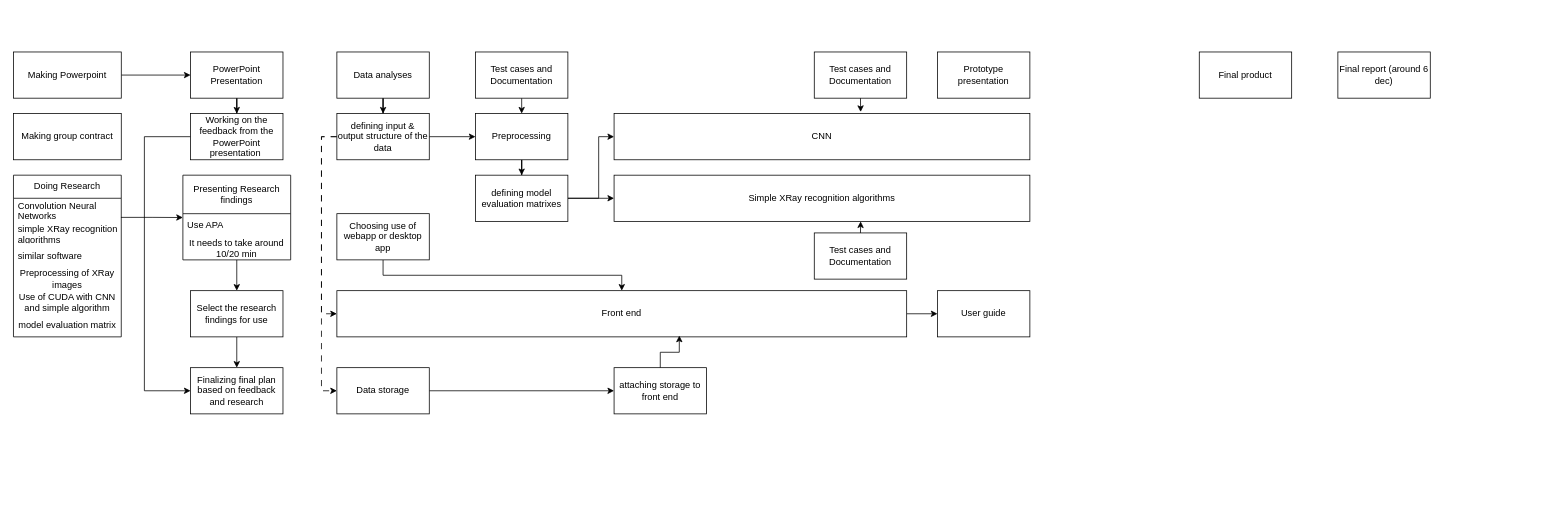
DBerkey/Smart_X-Ray_Screening keeps this draw.io diagram as Roadmap.drawio. Above is the earlier version. Source tidied: cells renumbered, new cells numbered last; positions are measured from the earlier drawing's top-left corner, leaving out a move shared by most shapes. Both pictures are drawn from the tidied source at 77%, with x=0, y=0 at pixel (13, 52).
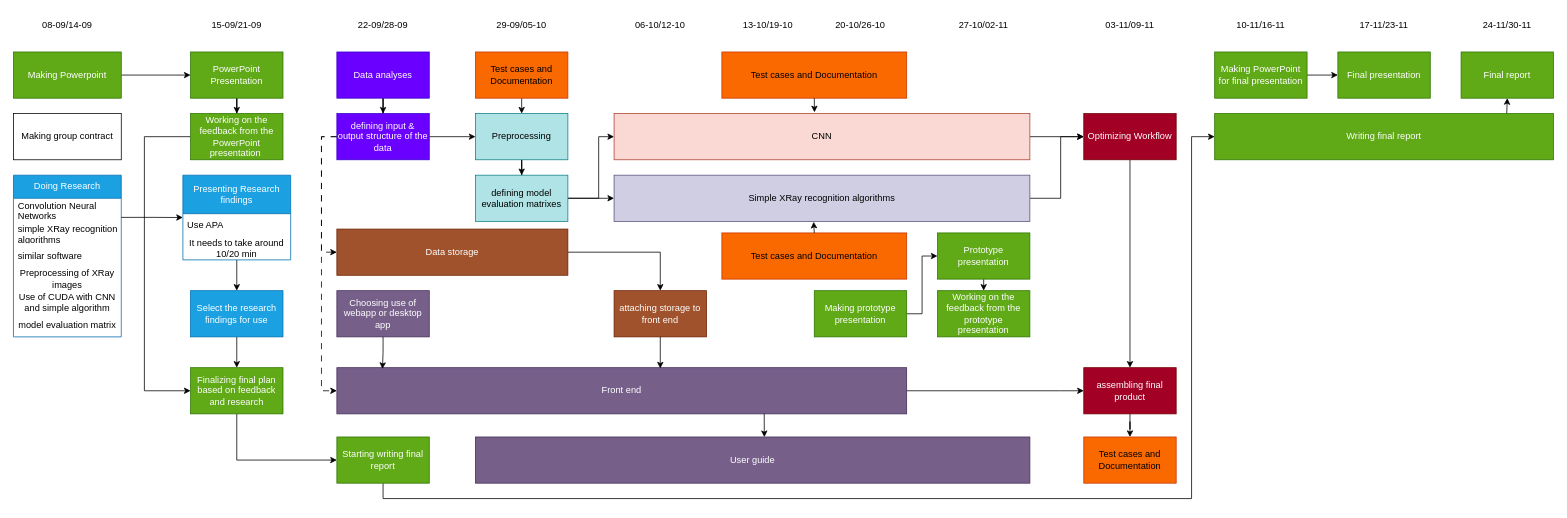
After the change.

Change to the diagram source:
```diff
@@
-    <mxCell id="3" value="Making Powerpoint" style="rounded=0;whiteSpace=wrap;html=1;" parent="1" vertex="1">
+    <mxCell id="3" value="Making Powerpoint" style="rounded=0;whiteSpace=wrap;html=1;fillColor=#60a917;fontColor=#ffffff;strokeColor=#2D7600;" parent="1" vertex="1">
       <mxGeometry width="140" height="60" as="geometry" />
     </mxCell>
@@
-    <mxCell id="6" value="Doing Research" style="swimlane;fontStyle=0;horizontal=1;startSize=30;whiteSpace=wrap;html=1;" parent="1" vertex="1">
+    <mxCell id="6" value="Doing Research" style="swimlane;fontStyle=0;horizontal=1;startSize=30;whiteSpace=wrap;html=1;fillColor=#1ba1e2;fontColor=#ffffff;strokeColor=#006EAF;" parent="1" vertex="1">
       <mxGeometry y="160" width="140" height="210" as="geometry" />
     </mxCell>
@@
-    <mxCell id="14" value="PowerPoint Presentation" style="whiteSpace=wrap;html=1;rounded=0;" parent="1" vertex="1">
+    <mxCell id="14" value="PowerPoint Presentation" style="whiteSpace=wrap;html=1;rounded=0;fillColor=#60a917;fontColor=#ffffff;strokeColor=#2D7600;" parent="1" vertex="1">
       <mxGeometry x="230" width="120" height="60" as="geometry" />
     </mxCell>
@@
-    <mxCell id="16" value="Working on the feedback from the PowerPoint presentation&amp;nbsp;" style="whiteSpace=wrap;html=1;rounded=0;" parent="1" vertex="1">
+    <mxCell id="16" value="Working on the feedback from the PowerPoint presentation&amp;nbsp;" style="whiteSpace=wrap;html=1;rounded=0;fillColor=#60a917;fontColor=#ffffff;strokeColor=#2D7600;" parent="1" vertex="1">
       <mxGeometry x="230" y="80" width="120" height="60" as="geometry" />
     </mxCell>
@@
-    <mxCell id="18" value="Presenting Research findings" style="swimlane;fontStyle=0;horizontal=1;startSize=50;whiteSpace=wrap;html=1;" parent="1" vertex="1">
+    <mxCell id="18" value="Presenting Research findings" style="swimlane;fontStyle=0;horizontal=1;startSize=50;whiteSpace=wrap;html=1;fillColor=#1ba1e2;fontColor=#ffffff;strokeColor=#006EAF;" parent="1" vertex="1">
       <mxGeometry x="220" y="160" width="140" height="110" as="geometry" />
     </mxCell>
@@
-    <mxCell id="22" value="Select the research findings for use" style="whiteSpace=wrap;html=1;fontStyle=0;startSize=50;horizontal=1;" parent="1" vertex="1">
+    <mxCell id="22" value="Select the research findings for use" style="whiteSpace=wrap;html=1;fontStyle=0;startSize=50;horizontal=1;fillColor=#1ba1e2;fontColor=#ffffff;strokeColor=#006EAF;" parent="1" vertex="1">
       <mxGeometry x="230" y="310" width="120" height="60" as="geometry" />
     </mxCell>
+    <mxCell id="55" style="edgeStyle=orthogonalEdgeStyle;rounded=0;jettySize=auto;html=1;exitX=0.5;exitY=1;exitDx=0;exitDy=0;entryX=0;entryY=0.5;entryDx=0;entryDy=0;" parent="1" edge="1" source="23" target="74">
+      <mxGeometry relative="1" as="geometry" />
+    </mxCell>
-    <mxCell id="23" value="Finalizing final plan based on feedback and research" style="whiteSpace=wrap;html=1;fontStyle=0;startSize=50;horizontal=1;" parent="1" vertex="1">
+    <mxCell id="23" value="Finalizing final plan based on feedback and research" style="whiteSpace=wrap;html=1;fontStyle=0;startSize=50;horizontal=1;fillColor=#60a917;fontColor=#ffffff;strokeColor=#2D7600;" parent="1" vertex="1">
       <mxGeometry x="230" y="410" width="120" height="60" as="geometry" />
     </mxCell>
@@
-    <mxCell id="25" value="Data analyses" style="rounded=0;whiteSpace=wrap;html=1;" parent="1" vertex="1">
+    <mxCell id="25" value="Data analyses" style="rounded=0;whiteSpace=wrap;html=1;fillColor=#6a00ff;fontColor=#ffffff;strokeColor=#3700CC;" parent="1" vertex="1">
       <mxGeometry x="420" width="120" height="60" as="geometry" />
     </mxCell>
@@
-    <mxCell id="29" value="defining input &amp;amp; output structure of the data" style="whiteSpace=wrap;html=1;rounded=0;" parent="1" vertex="1">
+    <mxCell id="29" value="defining input &amp;amp; output structure of the data" style="whiteSpace=wrap;html=1;rounded=0;fillColor=#6a00ff;fontColor=#ffffff;strokeColor=#3700CC;" parent="1" vertex="1">
       <mxGeometry x="420" y="80" width="120" height="60" as="geometry" />
     </mxCell>
@@
-    <mxCell id="31" value="Preprocessing" style="whiteSpace=wrap;html=1;rounded=0;" parent="1" vertex="1">
+    <mxCell id="31" value="Preprocessing" style="whiteSpace=wrap;html=1;rounded=0;fillColor=#b0e3e6;strokeColor=#0e8088;" parent="1" vertex="1">
       <mxGeometry x="600" y="80" width="120" height="60" as="geometry" />
     </mxCell>
-    <mxCell id="32" style="edgeStyle=orthogonalEdgeStyle;rounded=0;jettySize=auto;html=1;" parent="1" edge="1" source="33" target="35">
-      <mxGeometry relative="1" as="geometry" />
-    </mxCell>
-    <mxCell id="33" value="Choosing use of webapp or desktop app" style="rounded=0;whiteSpace=wrap;html=1;" parent="1" vertex="1">
-      <mxGeometry x="420" y="210" width="120" height="60" as="geometry" />
+    <mxCell id="33" value="Choosing use of webapp or desktop app" style="rounded=0;whiteSpace=wrap;html=1;fillColor=#76608a;fontColor=#ffffff;strokeColor=#432D57;" parent="1" vertex="1">
+      <mxGeometry x="420" y="310" width="120" height="60" as="geometry" />
     </mxCell>
-    <mxCell id="34" style="edgeStyle=orthogonalEdgeStyle;rounded=0;jettySize=auto;html=1;" parent="1" edge="1" source="35" target="39">
-      <mxGeometry relative="1" as="geometry" />
-    </mxCell>
+    <mxCell id="56" style="edgeStyle=orthogonalEdgeStyle;rounded=0;jettySize=auto;html=1;exitX=1;exitY=0.5;exitDx=0;exitDy=0;entryX=0;entryY=0.5;entryDx=0;entryDy=0;" parent="1" edge="1" source="35" target="53">
+      <mxGeometry relative="1" as="geometry">
+        <Array as="points">
+          <mxPoint x="1360" y="440" />
+          <mxPoint x="1360" y="440" />
+        </Array>
+      </mxGeometry>
+    </mxCell>
-    <mxCell id="35" value="Front end" style="whiteSpace=wrap;html=1;rounded=0;" parent="1" vertex="1">
-      <mxGeometry x="420" y="310" width="740" height="60" as="geometry" />
+    <mxCell id="35" value="Front end" style="whiteSpace=wrap;html=1;rounded=0;fillColor=#76608a;fontColor=#ffffff;strokeColor=#432D57;" parent="1" vertex="1">
+      <mxGeometry x="420" y="410" width="740" height="60" as="geometry" />
     </mxCell>
@@
-    <mxCell id="37" value="Data storage" style="rounded=0;whiteSpace=wrap;html=1;" parent="1" vertex="1">
-      <mxGeometry x="420" y="410" width="120" height="60" as="geometry" />
+    <mxCell id="37" value="Data storage" style="rounded=0;whiteSpace=wrap;html=1;fillColor=#a0522d;fontColor=#ffffff;strokeColor=#6D1F00;" parent="1" vertex="1">
+      <mxGeometry x="420" y="230" width="300" height="60" as="geometry" />
     </mxCell>
-    <mxCell id="38" value="Final report (around 6 dec)" style="rounded=0;whiteSpace=wrap;html=1;" parent="1" vertex="1">
-      <mxGeometry x="1720" width="120" height="60" as="geometry" />
+    <mxCell id="38" value="Final report" style="rounded=0;whiteSpace=wrap;html=1;fillColor=#60a917;fontColor=#ffffff;strokeColor=#2D7600;" parent="1" vertex="1">
+      <mxGeometry x="1880" width="120" height="60" as="geometry" />
     </mxCell>
-    <mxCell id="39" value="User guide" style="whiteSpace=wrap;html=1;rounded=0;" parent="1" vertex="1">
-      <mxGeometry x="1200" y="310" width="120" height="60" as="geometry" />
+    <mxCell id="39" value="User guide" style="whiteSpace=wrap;html=1;rounded=0;fillColor=#76608a;fontColor=#ffffff;strokeColor=#432D57;" parent="1" vertex="1">
+      <mxGeometry x="600" y="500" width="720" height="60" as="geometry" />
     </mxCell>
@@
-    <mxCell id="42" value="defining model evaluation matrixes" style="whiteSpace=wrap;html=1;rounded=0;" parent="1" vertex="1">
+    <mxCell id="42" value="defining model evaluation matrixes" style="whiteSpace=wrap;html=1;rounded=0;fillColor=#b0e3e6;strokeColor=#0e8088;" parent="1" vertex="1">
       <mxGeometry x="600" y="160" width="120" height="60" as="geometry" />
     </mxCell>
-    <mxCell id="43" value="attaching storage to front end" style="whiteSpace=wrap;html=1;rounded=0;" parent="1" vertex="1">
-      <mxGeometry x="780" y="410" width="120" height="60" as="geometry" />
+    <mxCell id="43" value="attaching storage to front end" style="whiteSpace=wrap;html=1;rounded=0;fillColor=#a0522d;fontColor=#ffffff;strokeColor=#6D1F00;" parent="1" vertex="1">
+      <mxGeometry x="780" y="310" width="120" height="60" as="geometry" />
     </mxCell>
-    <mxCell id="44" style="edgeStyle=orthogonalEdgeStyle;rounded=0;jettySize=auto;html=1;exitX=0.5;exitY=0;exitDx=0;exitDy=0;entryX=0.601;entryY=0.973;entryDx=0;entryDy=0;entryPerimeter=0;" parent="1" edge="1" source="43" target="35">
-      <mxGeometry relative="1" as="geometry" />
-    </mxCell>
+    <mxCell id="57" style="edgeStyle=orthogonalEdgeStyle;rounded=0;jettySize=auto;html=1;exitX=1;exitY=0.5;exitDx=0;exitDy=0;entryX=0;entryY=0.5;entryDx=0;entryDy=0;" parent="1" edge="1" source="45" target="63">
+      <mxGeometry relative="1" as="geometry" />
+    </mxCell>
-    <mxCell id="45" value="CNN" style="whiteSpace=wrap;html=1;rounded=0;" parent="1" vertex="1">
+    <mxCell id="45" value="CNN" style="whiteSpace=wrap;html=1;rounded=0;fillColor=#fad9d5;strokeColor=#ae4132;" parent="1" vertex="1">
       <mxGeometry x="780" y="80" width="540" height="60" as="geometry" />
     </mxCell>
+    <mxCell id="58" style="edgeStyle=orthogonalEdgeStyle;rounded=0;jettySize=auto;html=1;exitX=1;exitY=0.5;exitDx=0;exitDy=0;entryX=0;entryY=0.5;entryDx=0;entryDy=0;" parent="1" edge="1" source="46" target="63">
+      <mxGeometry relative="1" as="geometry">
+        <Array as="points">
+          <mxPoint x="1360" y="190" />
+          <mxPoint x="1360" y="110" />
+        </Array>
+      </mxGeometry>
+    </mxCell>
-    <mxCell id="46" value="Simple XRay recognition algorithms" style="whiteSpace=wrap;html=1;rounded=0;" parent="1" vertex="1">
+    <mxCell id="46" value="Simple XRay recognition algorithms" style="whiteSpace=wrap;html=1;rounded=0;fillColor=#d0cee2;strokeColor=#56517e;" parent="1" vertex="1">
       <mxGeometry x="780" y="160" width="540" height="60" as="geometry" />
     </mxCell>
@@
-    <mxCell id="48" value="Test cases and Documentation" style="rounded=0;whiteSpace=wrap;html=1;" parent="1" vertex="1">
+    <mxCell id="48" value="Test cases and Documentation" style="rounded=0;whiteSpace=wrap;html=1;fillColor=#fa6800;fontColor=#000000;strokeColor=#C73500;" parent="1" vertex="1">
       <mxGeometry x="600" width="120" height="60" as="geometry" />
     </mxCell>
-    <mxCell id="49" value="Test cases and Documentation" style="rounded=0;whiteSpace=wrap;html=1;" parent="1" vertex="1">
-      <mxGeometry x="1040" width="120" height="60" as="geometry" />
+    <mxCell id="49" value="Test cases and Documentation" style="rounded=0;whiteSpace=wrap;html=1;fillColor=#fa6800;fontColor=#000000;strokeColor=#C73500;" parent="1" vertex="1">
+      <mxGeometry x="920" width="240" height="60" as="geometry" />
     </mxCell>
-    <mxCell id="50" value="Test cases and Documentation" style="rounded=0;whiteSpace=wrap;html=1;" parent="1" vertex="1">
-      <mxGeometry x="1040" y="235" width="120" height="60" as="geometry" />
+    <mxCell id="50" value="Test cases and Documentation" style="rounded=0;whiteSpace=wrap;html=1;fillColor=#fa6800;fontColor=#000000;strokeColor=#C73500;" parent="1" vertex="1">
+      <mxGeometry x="920" y="235" width="240" height="60" as="geometry" />
     </mxCell>
+    <mxCell id="59" style="edgeStyle=orthogonalEdgeStyle;rounded=0;jettySize=auto;html=1;exitX=0.5;exitY=1;exitDx=0;exitDy=0;" parent="1" edge="1" source="53" target="72">
+      <mxGeometry relative="1" as="geometry" />
+    </mxCell>
+    <mxCell id="53" value="assembling final product" style="rounded=0;whiteSpace=wrap;html=1;fillColor=#a20025;fontColor=#ffffff;strokeColor=#6F0000;" parent="1" vertex="1">
+      <mxGeometry x="1390" y="410" width="120" height="60" as="geometry" />
+    </mxCell>
+    <mxCell id="60" style="edgeStyle=orthogonalEdgeStyle;rounded=0;jettySize=auto;html=1;exitX=0.5;exitY=1;exitDx=0;exitDy=0;entryX=0.5;entryY=0;entryDx=0;entryDy=0;" parent="1" edge="1" source="54" target="61">
+      <mxGeometry relative="1" as="geometry" />
+    </mxCell>
+    <mxCell id="54" value="Prototype presentation" style="rounded=0;whiteSpace=wrap;html=1;fillColor=#60a917;fontColor=#ffffff;strokeColor=#2D7600;" parent="1" vertex="1">
+      <mxGeometry x="1200" y="235" width="120" height="60" as="geometry" />
+    </mxCell>
+    <mxCell id="61" value="Working on the feedback from the prototype presentation" style="rounded=0;whiteSpace=wrap;html=1;fillColor=#60a917;fontColor=#ffffff;strokeColor=#2D7600;" parent="1" vertex="1">
+      <mxGeometry x="1200" y="310" width="120" height="60" as="geometry" />
+    </mxCell>
+    <mxCell id="62" style="edgeStyle=orthogonalEdgeStyle;rounded=0;jettySize=auto;html=1;exitX=0.5;exitY=1;exitDx=0;exitDy=0;entryX=0.5;entryY=0;entryDx=0;entryDy=0;" parent="1" edge="1" source="63" target="53">
+      <mxGeometry relative="1" as="geometry" />
+    </mxCell>
+    <mxCell id="63" value="Optimizing Workflow" style="rounded=0;whiteSpace=wrap;html=1;fillColor=#a20025;strokeColor=#6F0000;fontColor=#ffffff;" parent="1" vertex="1">
+      <mxGeometry x="1390" y="80" width="120" height="60" as="geometry" />
+    </mxCell>
+    <mxCell id="64" style="edgeStyle=orthogonalEdgeStyle;rounded=0;jettySize=auto;html=1;exitX=0.862;exitY=0.011;exitDx=0;exitDy=0;entryX=0.5;entryY=1;entryDx=0;entryDy=0;exitPerimeter=0;" parent="1" edge="1" source="65" target="38">
+      <mxGeometry relative="1" as="geometry">
+        <Array as="points">
+          <mxPoint x="1940" y="81" />
+        </Array>
+      </mxGeometry>
+    </mxCell>
+    <mxCell id="65" value="Writing final report" style="rounded=0;whiteSpace=wrap;html=1;fillColor=#60a917;fontColor=#ffffff;strokeColor=#2D7600;" parent="1" vertex="1">
+      <mxGeometry x="1560" y="80" width="440" height="60" as="geometry" />
+    </mxCell>
+    <mxCell id="66" value="Final presentation" style="rounded=0;whiteSpace=wrap;html=1;fillColor=#60a917;fontColor=#ffffff;strokeColor=#2D7600;" parent="1" vertex="1">
+      <mxGeometry x="1720" width="120" height="60" as="geometry" />
+    </mxCell>
+    <mxCell id="67" style="edgeStyle=orthogonalEdgeStyle;rounded=0;jettySize=auto;html=1;exitX=1;exitY=0.5;exitDx=0;exitDy=0;entryX=0;entryY=0.5;entryDx=0;entryDy=0;" parent="1" edge="1" source="68" target="66">
+      <mxGeometry relative="1" as="geometry" />
+    </mxCell>
+    <mxCell id="68" value="Making PowerPoint for final presentation" style="rounded=0;whiteSpace=wrap;html=1;fillColor=#60a917;fontColor=#ffffff;strokeColor=#2D7600;" parent="1" vertex="1">
+      <mxGeometry x="1560" width="120" height="60" as="geometry" />
+    </mxCell>
+    <mxCell id="69" style="edgeStyle=orthogonalEdgeStyle;rounded=0;jettySize=auto;html=1;exitX=0.5;exitY=1;exitDx=0;exitDy=0;" parent="1" edge="1" source="43">
+      <mxGeometry relative="1" as="geometry">
+        <mxPoint x="840" y="411" as="targetPoint" />
+        <Array as="points">
+          <mxPoint x="840" y="411" />
+        </Array>
+      </mxGeometry>
+    </mxCell>
+    <mxCell id="32" style="edgeStyle=orthogonalEdgeStyle;rounded=0;jettySize=auto;html=1;exitX=0.5;exitY=1;exitDx=0;exitDy=0;entryX=0.08;entryY=0.028;entryDx=0;entryDy=0;entryPerimeter=0;" parent="1" edge="1" source="33" target="35">
+      <mxGeometry relative="1" as="geometry" />
+    </mxCell>
+    <mxCell id="70" style="edgeStyle=orthogonalEdgeStyle;rounded=0;jettySize=auto;html=1;exitX=1;exitY=0.5;exitDx=0;exitDy=0;entryX=0;entryY=0.5;entryDx=0;entryDy=0;" parent="1" edge="1" source="71" target="54">
+      <mxGeometry relative="1" as="geometry" />
+    </mxCell>
+    <mxCell id="71" value="Making prototype presentation" style="rounded=0;whiteSpace=wrap;html=1;fillColor=#60a917;fontColor=#ffffff;strokeColor=#2D7600;" parent="1" vertex="1">
+      <mxGeometry x="1040" y="310" width="120" height="60" as="geometry" />
+    </mxCell>
-    <mxCell id="51" style="edgeStyle=orthogonalEdgeStyle;rounded=0;jettySize=auto;html=1;exitX=0.5;exitY=0;exitDx=0;exitDy=0;entryX=0.593;entryY=1;entryDx=0;entryDy=0;entryPerimeter=0;" parent="1" edge="1" source="50" target="46">
+    <mxCell id="51" style="edgeStyle=orthogonalEdgeStyle;rounded=0;jettySize=auto;html=1;exitX=0.5;exitY=0;exitDx=0;exitDy=0;entryX=0.48;entryY=1.009;entryDx=0;entryDy=0;entryPerimeter=0;" parent="1" edge="1" source="50" target="46">
       <mxGeometry relative="1" as="geometry" />
     </mxCell>
-    <mxCell id="52" style="edgeStyle=orthogonalEdgeStyle;rounded=0;jettySize=auto;html=1;exitX=0.5;exitY=1;exitDx=0;exitDy=0;entryX=0.593;entryY=-0.035;entryDx=0;entryDy=0;entryPerimeter=0;" parent="1" edge="1" source="49" target="45">
+    <mxCell id="52" style="edgeStyle=orthogonalEdgeStyle;rounded=0;jettySize=auto;html=1;exitX=0.5;exitY=1;exitDx=0;exitDy=0;entryX=0.482;entryY=-0.028;entryDx=0;entryDy=0;entryPerimeter=0;" parent="1" edge="1" source="49" target="45">
       <mxGeometry relative="1" as="geometry" />
     </mxCell>
-    <mxCell id="53" value="Final product" style="rounded=0;whiteSpace=wrap;html=1;" parent="1" vertex="1">
-      <mxGeometry x="1540" width="120" height="60" as="geometry" />
-    </mxCell>
-    <mxCell id="54" value="Prototype presentation" style="rounded=0;whiteSpace=wrap;html=1;" parent="1" vertex="1">
-      <mxGeometry x="1200" width="120" height="60" as="geometry" />
-    </mxCell>
+    <mxCell id="34" style="edgeStyle=orthogonalEdgeStyle;rounded=0;jettySize=auto;html=1;exitX=0.75;exitY=1;exitDx=0;exitDy=0;entryX=0.521;entryY=0.003;entryDx=0;entryDy=0;entryPerimeter=0;" parent="1" edge="1" source="35" target="39">
+      <mxGeometry relative="1" as="geometry" />
+    </mxCell>
+    <mxCell id="72" value="Test cases and Documentation" style="rounded=0;whiteSpace=wrap;html=1;fillColor=#fa6800;fontColor=#000000;strokeColor=#C73500;" parent="1" vertex="1">
+      <mxGeometry x="1390" y="500" width="120" height="60" as="geometry" />
+    </mxCell>
+    <mxCell id="73" style="edgeStyle=orthogonalEdgeStyle;rounded=0;jettySize=auto;html=1;exitX=0.5;exitY=1;exitDx=0;exitDy=0;entryX=0;entryY=0.5;entryDx=0;entryDy=0;" parent="1" edge="1" source="74" target="65">
+      <mxGeometry relative="1" as="geometry">
+        <Array as="points">
+          <mxPoint x="480" y="580" />
+          <mxPoint x="1530" y="580" />
+          <mxPoint x="1530" y="110" />
+        </Array>
+      </mxGeometry>
+    </mxCell>
+    <mxCell id="74" value="Starting writing final report" style="rounded=0;whiteSpace=wrap;html=1;fillColor=#60a917;fontColor=#ffffff;strokeColor=#2D7600;" parent="1" vertex="1">
+      <mxGeometry x="420" y="500" width="120" height="60" as="geometry" />
+    </mxCell>
+    <mxCell id="75" value="08-09/14-09" style="text;html=1;align=center;verticalAlign=middle;whiteSpace=wrap;rounded=0;" parent="1" vertex="1">
+      <mxGeometry y="-50" width="140" height="30" as="geometry" />
+    </mxCell>
+    <mxCell id="76" value="15-09/21-09" style="text;html=1;align=center;verticalAlign=middle;whiteSpace=wrap;rounded=0;" parent="1" vertex="1">
+      <mxGeometry x="230" y="-50" width="120" height="30" as="geometry" />
+    </mxCell>
+    <mxCell id="77" value="22-09/28-09" style="text;html=1;align=center;verticalAlign=middle;whiteSpace=wrap;rounded=0;" parent="1" vertex="1">
+      <mxGeometry x="420" y="-50" width="120" height="30" as="geometry" />
+    </mxCell>
+    <mxCell id="78" value="29-09/05-10" style="text;html=1;align=center;verticalAlign=middle;whiteSpace=wrap;rounded=0;" parent="1" vertex="1">
+      <mxGeometry x="600" y="-50" width="120" height="30" as="geometry" />
+    </mxCell>
+    <mxCell id="79" value="06-10/12-10" style="text;html=1;align=center;verticalAlign=middle;whiteSpace=wrap;rounded=0;" parent="1" vertex="1">
+      <mxGeometry x="780" y="-50" width="120" height="30" as="geometry" />
+    </mxCell>
+    <mxCell id="80" value="13-10/19-10" style="text;html=1;align=center;verticalAlign=middle;whiteSpace=wrap;rounded=0;" parent="1" vertex="1">
+      <mxGeometry x="920" y="-50" width="120" height="30" as="geometry" />
+    </mxCell>
+    <mxCell id="81" value="20-10/26-10" style="text;html=1;align=center;verticalAlign=middle;whiteSpace=wrap;rounded=0;" parent="1" vertex="1">
+      <mxGeometry x="1040" y="-50" width="120" height="30" as="geometry" />
+    </mxCell>
+    <mxCell id="82" value="27-10/02-11" style="text;html=1;align=center;verticalAlign=middle;whiteSpace=wrap;rounded=0;" parent="1" vertex="1">
+      <mxGeometry x="1200" y="-50" width="120" height="30" as="geometry" />
+    </mxCell>
+    <mxCell id="83" value="03-11/09-11" style="text;html=1;align=center;verticalAlign=middle;whiteSpace=wrap;rounded=0;" parent="1" vertex="1">
+      <mxGeometry x="1390" y="-50" width="120" height="30" as="geometry" />
+    </mxCell>
+    <mxCell id="84" value="10-11/16-11" style="text;html=1;align=center;verticalAlign=middle;whiteSpace=wrap;rounded=0;" parent="1" vertex="1">
+      <mxGeometry x="1560" y="-50" width="120" height="30" as="geometry" />
+    </mxCell>
+    <mxCell id="85" value="17-11/23-11" style="text;html=1;align=center;verticalAlign=middle;whiteSpace=wrap;rounded=0;" parent="1" vertex="1">
+      <mxGeometry x="1720" y="-50" width="120" height="30" as="geometry" />
+    </mxCell>
+    <mxCell id="86" value="24-11/30-11" style="text;html=1;align=center;verticalAlign=middle;whiteSpace=wrap;rounded=0;" parent="1" vertex="1">
+      <mxGeometry x="1880" y="-50" width="120" height="30" as="geometry" />
+    </mxCell>
```
